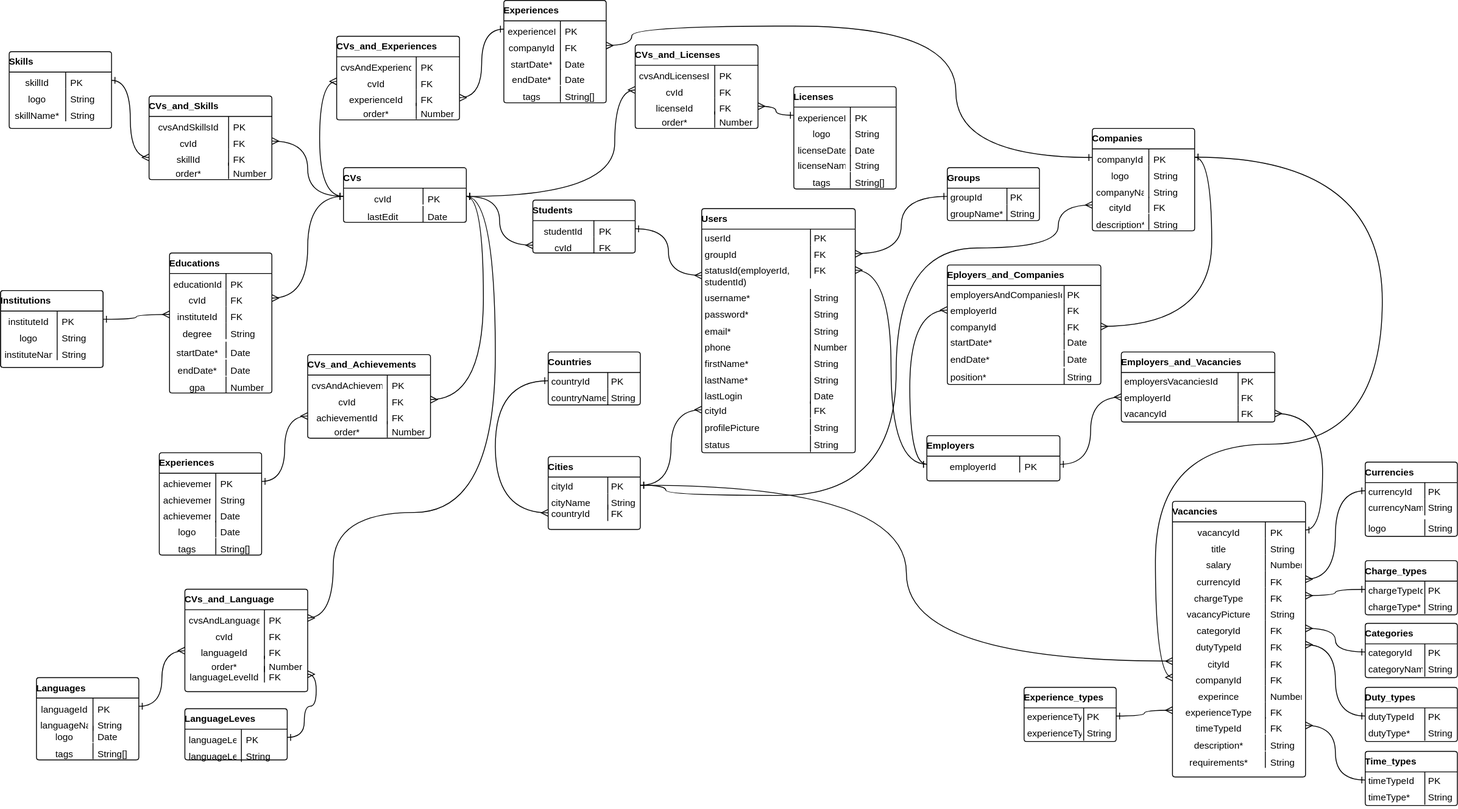
The draw.io diagram docs/drawio/MentorshipDatabase.drawio.svg in Mentor-ship/Mentorship, before a commit. Source tidied: cells renumbered, new cells last; positions are measured from the earlier drawing's top-left corner, leaving out a move shared by most shapes.
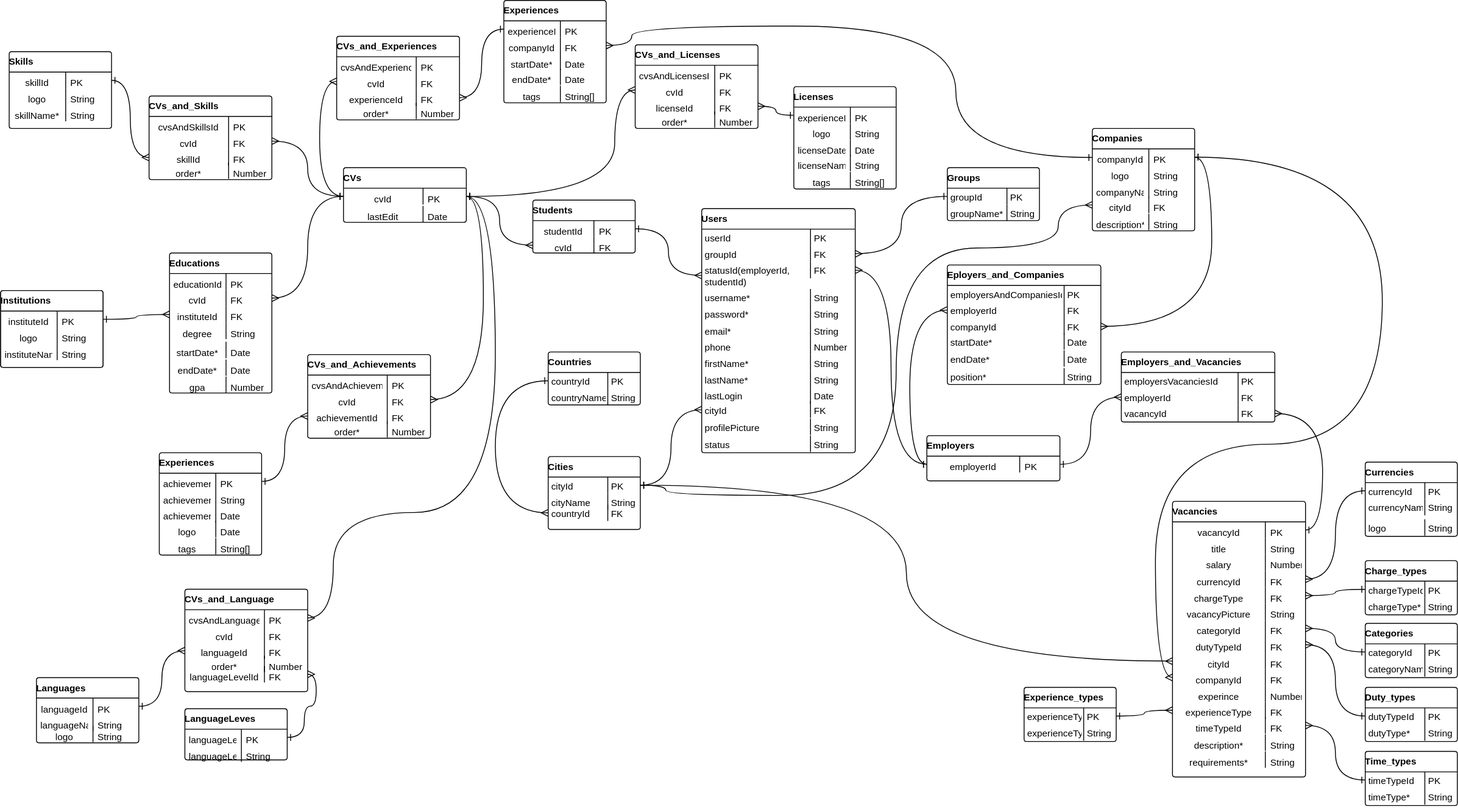
The same file after the commit.

Commit message:
languages table fixed

Diff of the diagram source:
```diff
@@ -688,7 +688,7 @@
       <mxGeometry x="93.3" y="90" width="50.7" height="19.2" as="geometry" />
     </mxCell>
     <mxCell id="227" value="Languages" style="html=1;overflow=block;whiteSpace=wrap;swimlane;swimlaneFillColor=#ffffff;startSize=24;whiteSpace=wrap;fontSize=11;fontColor=#000000;align=left;fillColor=#ffffff;whiteSpace=wrap;spacing=0;strokeOpacity=100;fillOpacity=100;rounded=1;absoluteArcSize=1;arcSize=6;whiteSpace=wrap;whiteSpace=wrap;whiteSpace=wrap;whiteSpace=wrap;" parent="1" vertex="1">
-      <mxGeometry x="42" y="793.5" width="120" height="96.5" as="geometry" />
+      <mxGeometry x="42" y="793.5" width="120" height="76.5" as="geometry" />
     </mxCell>
     <mxCell id="228" value="languageId" style="strokeColor=none;align=center;verticalAlign=top;spacingLeft=4;spacingRight=4;overflow=hidden;html=1;swimlaneFillColor=#ffffff;fontSize=11;fontColor=#000000;fillColor=none;strokeOpacity=100;fillOpacity=100;" parent="227" vertex="1">
       <mxGeometry y="24" width="66.3" height="19.2" as="geometry" />
@@ -705,15 +705,9 @@
     <mxCell id="232" value="logo" style="strokeColor=none;align=center;verticalAlign=top;spacingLeft=4;spacingRight=4;overflow=hidden;html=1;swimlaneFillColor=#ffffff;fontSize=11;fontColor=#000000;fillColor=none;strokeOpacity=100;fillOpacity=100;" parent="227" vertex="1">
       <mxGeometry y="56.5" width="66.3" height="19.2" as="geometry" />
     </mxCell>
-    <mxCell id="233" value="Date" style="shape=partialRectangle;top=0;right=0;bottom=0;align=left;verticalAlign=top;spacingLeft=4;spacingRight=4;overflow=hidden;html=1;swimlaneFillColor=#ffffff;fontSize=11;fontColor=#000000;fillColor=none;strokeOpacity=100;fillOpacity=100;" parent="227" vertex="1">
+    <mxCell id="233" value="String" style="shape=partialRectangle;top=0;right=0;bottom=0;align=left;verticalAlign=top;spacingLeft=4;spacingRight=4;overflow=hidden;html=1;swimlaneFillColor=#ffffff;fontSize=11;fontColor=#000000;fillColor=none;strokeOpacity=100;fillOpacity=100;" parent="227" vertex="1">
       <mxGeometry x="66.3" y="56.5" width="53.7" height="19.2" as="geometry" />
     </mxCell>
-    <mxCell id="234" value="tags" style="strokeColor=none;align=center;verticalAlign=top;spacingLeft=4;spacingRight=4;overflow=hidden;html=1;swimlaneFillColor=#ffffff;fontSize=11;fontColor=#000000;fillColor=none;strokeOpacity=100;fillOpacity=100;" parent="227" vertex="1">
-      <mxGeometry y="76.5" width="66.3" height="19.2" as="geometry" />
-    </mxCell>
-    <mxCell id="235" value="String[]" style="shape=partialRectangle;top=0;right=0;bottom=0;align=left;verticalAlign=top;spacingLeft=4;spacingRight=4;overflow=hidden;html=1;swimlaneFillColor=#ffffff;fontSize=11;fontColor=#000000;fillColor=none;strokeOpacity=100;fillOpacity=100;" parent="227" vertex="1">
-      <mxGeometry x="66.3" y="76.5" width="53.7" height="19.2" as="geometry" />
-    </mxCell>
     <mxCell id="236" style="edgeStyle=orthogonalEdgeStyle;rounded=0;jettySize=auto;html=1;startArrow=ERmany;startFill=0;endArrow=ERone;endFill=0;exitX=0;exitY=0.5;exitDx=0;exitDy=0;entryX=1;entryY=0.5;entryDx=0;entryDy=0;curved=1;" parent="1" edge="1" source="221" target="229">
       <mxGeometry relative="1" as="geometry" />
     </mxCell>
```
